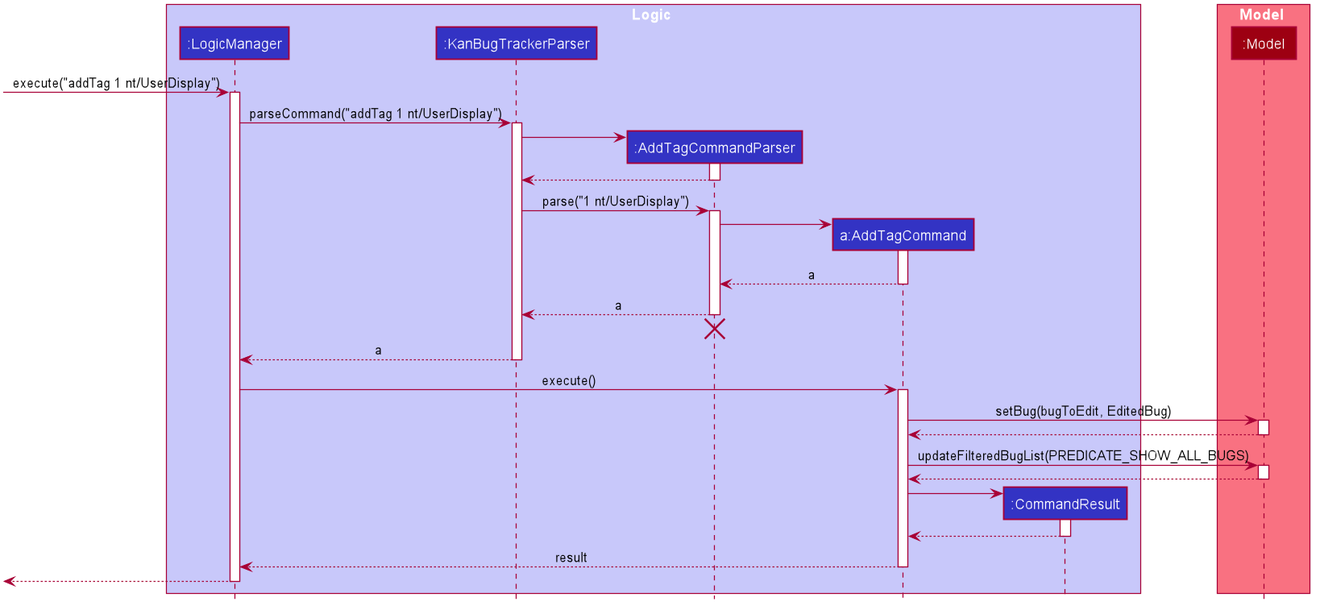
Above: docs/images/AddTagSequenceDiagram.png in the-reefshark/tp (PlantUML), before the change.
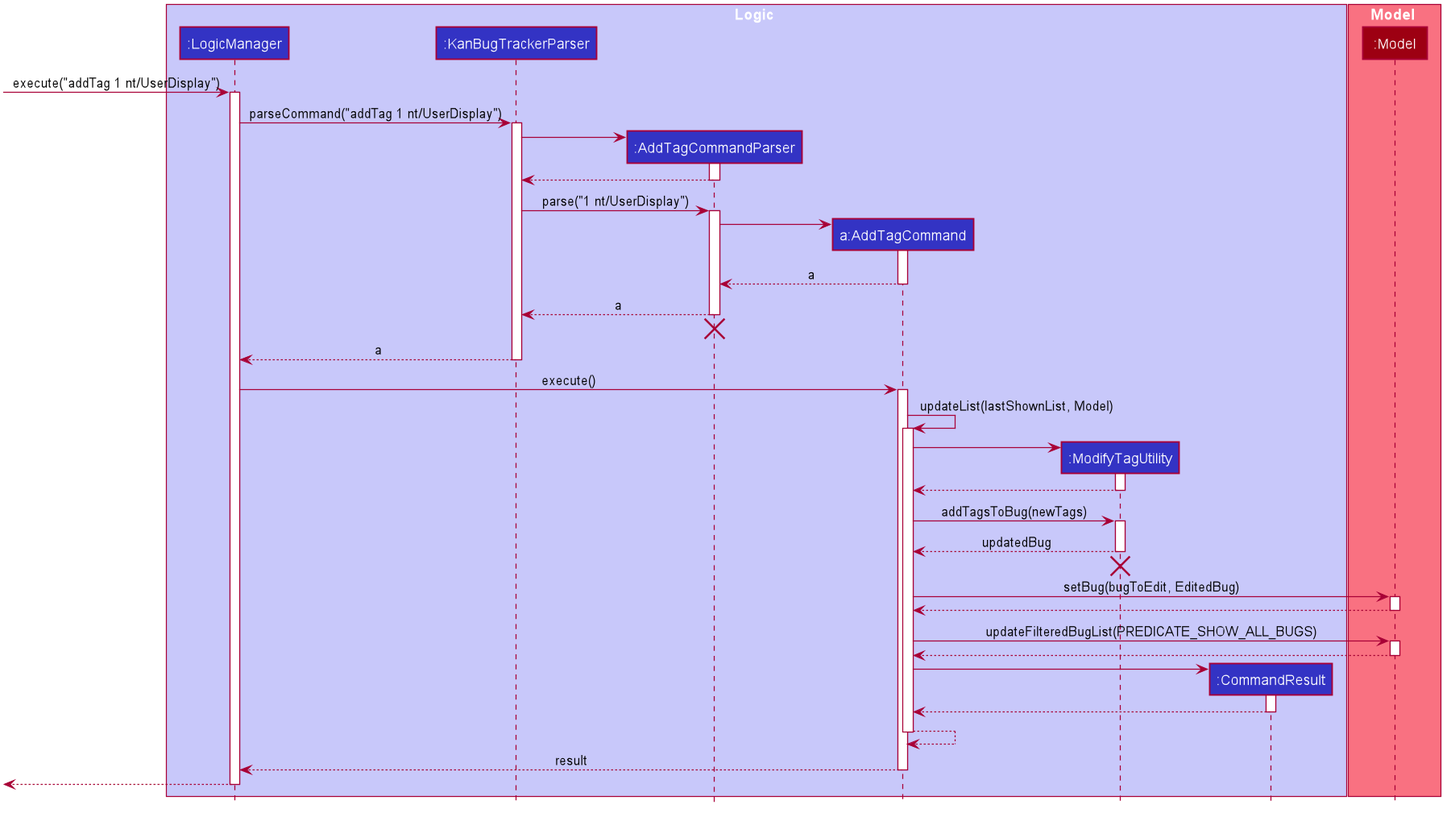
Above is the later version.

Change to the diagram source:
```diff
@@ -53,6 +53,7 @@
 participant ":KanBugTrackerParser" as KanBugTrackerParser #3333C4
 participant ":AddTagCommandParser" as AddTagCommandParser #3333C4
 participant "a:AddTagCommand" as AddTagCommand #3333C4
+participant ":ModifyTagUtility" as ModifyTagUtility #3333C4
 participant ":CommandResult" as CommandResult #3333C4
 end box
 
@@ -94,6 +95,24 @@
 LogicManager -> AddTagCommand : execute()
 activate AddTagCommand
 
+AddTagCommand -> AddTagCommand : updateList(lastShownList, Model)
+activate AddTagCommand
+
+create ModifyTagUtility
+AddTagCommand -> ModifyTagUtility
+activate ModifyTagUtility
+
+ModifyTagUtility --> AddTagCommand
+deactivate ModifyTagUtility
+
+AddTagCommand -> ModifyTagUtility : addTagsToBug(newTags)
+activate ModifyTagUtility
+
+ModifyTagUtility --> AddTagCommand : updatedBug
+deactivate ModifyTagUtility
+ModifyTagUtility -[hidden]-> AddTagCommand
+destroy ModifyTagUtility
+
 AddTagCommand -> Model : setBug(bugToEdit, EditedBug)
 activate Model
 
@@ -113,6 +132,9 @@
 CommandResult --> AddTagCommand
 deactivate CommandResult
 
+AddTagCommand --> AddTagCommand
+deactivate AddTagCommand
+
 AddTagCommand --> LogicManager : result
 deactivate AddTagCommand
 
```
